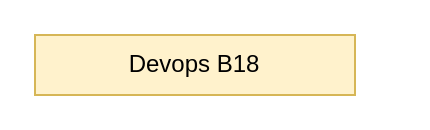
This is page "Page-1" (1 of 2) of Untitled Diagram.drawio from ranjeetsingh967-rabel/Devops-Draw.io, a draw.io file, before an edit. Source tidied: cells renumbered, new cells numbered last; positions are measured from the earlier drawing's top-left corner, leaving out a move shared by most shapes. Both pictures are drawn from the tidied source at 200%, with x=0, y=0 at pixel (34, 34).
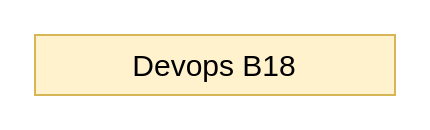
The same diagram, later.

The edit, as a diff of the source:
```diff
@@
 <mxGraphModel>
   <root>
     <mxCell id="0" />
     <mxCell id="1" parent="0" />
-    <mxCell id="2" value="Devops B18" style="rounded=0;whiteSpace=wrap;html=1;fillColor=#fff2cc;strokeColor=#d6b656;" parent="1" vertex="1">
-      <mxGeometry width="160" height="30" as="geometry" />
+    <mxCell id="2" value="Devops B18" style="rounded=0;whiteSpace=wrap;html=1;fillColor=#fff2cc;strokeColor=#d6b656;fontSize=15;" parent="1" vertex="1">
+      <mxGeometry width="180" height="30" as="geometry" />
     </mxCell>
   </root>
 </mxGraphModel>
```
